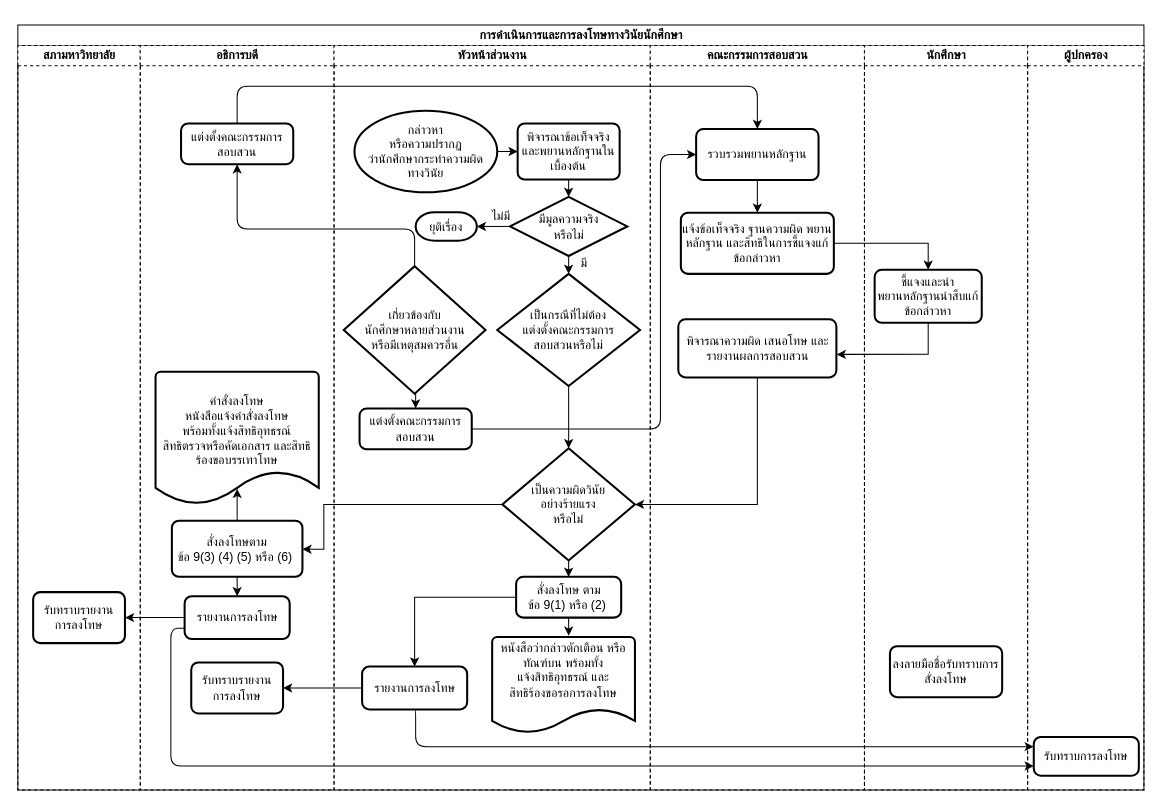
The draw.io diagram Untitled Diagram.drawio in ninjacharlee/test, before the edit. Source tidied: cells renumbered, new cells numbered last; positions are measured from the earlier drawing's top-left corner, leaving out a move shared by most shapes. Both pictures are drawn from the tidied source at 102%, with x=0, y=0 at pixel (17, 24).
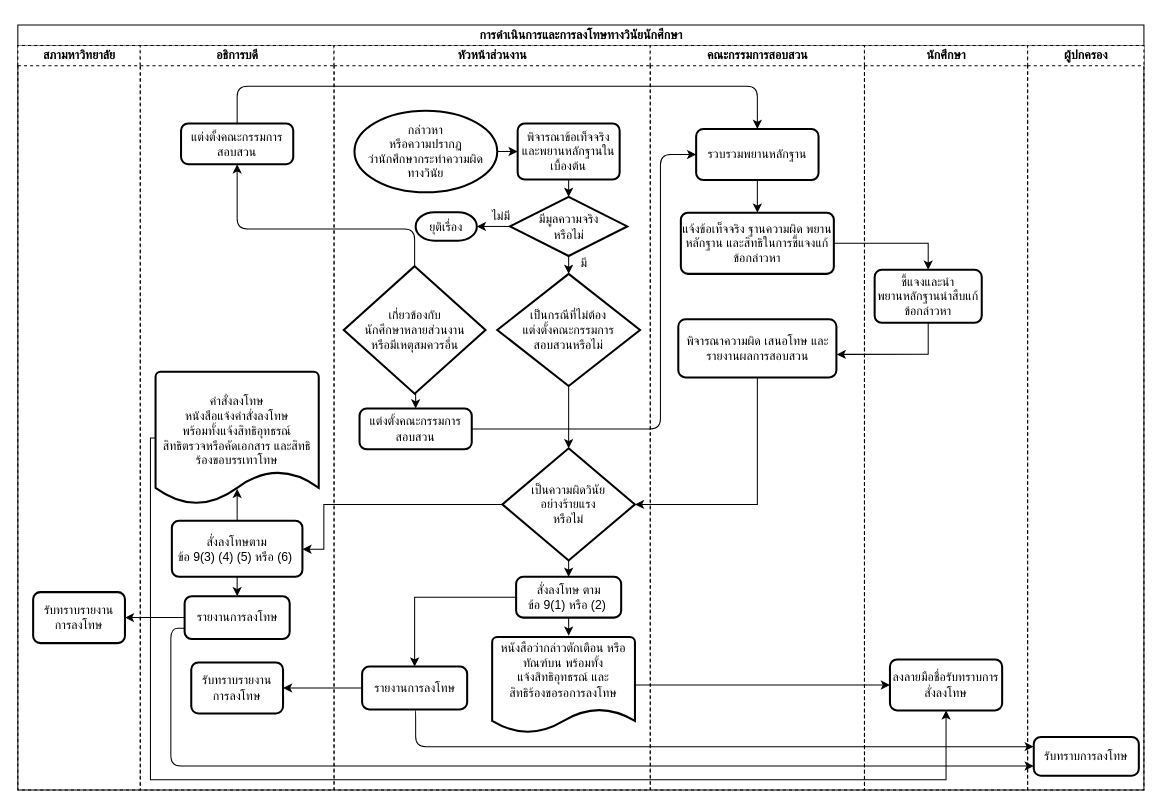
The same diagram, later.

Unchanged cells that the change refers to:
```xml
<mxCell id="2" value="&lt;h2&gt;การดำเนินการและการลงโทษทางวินัยนักศึกษา&lt;/h2&gt;" style="swimlane;html=1;startSize=20;rounded=0;shadow=0;labelBackgroundColor=none;strokeColor=#000000;strokeWidth=1;fillColor=#ffffff;fontFamily=Verdana;fontSize=8;fontColor=#000000;align=center;" parent="1" vertex="1">
  <mxGeometry width="1104" height="750" as="geometry" />
</mxCell>
<mxCell id="9" value="คำสั่งลงโทษ&lt;br&gt;หนังสือแจ้งคำสั่งลงโทษ&lt;br&gt;พร้อมทั้งแจ้งสิทธิอุทธรณ์ &lt;br&gt;สิทธิตรวจหรือคัดเอกสาร และสิทธิร้องขอบรรเทาโทษ&lt;br&gt;&lt;br&gt;" style="strokeWidth=2;html=1;shape=mxgraph.flowchart.document2;whiteSpace=wrap;size=0.25;" parent="5" vertex="1">
  <mxGeometry x="15" y="320" width="160" height="130" as="geometry" />
</mxCell>
<mxCell id="31" value="หนังสือว่ากล่าวตักเตือน หรือทัณฑ์บน พร้อมทั้ง&lt;br&gt;แจ้งสิทธิอุทธรณ์ และ&lt;br&gt;สิทธิร้องขอรอการลงโทษ&lt;br&gt;&lt;br&gt;&lt;br&gt;" style="strokeWidth=2;html=1;shape=mxgraph.flowchart.document2;whiteSpace=wrap;size=0.25;rounded=0;shadow=0;glass=0;comic=0;gradientColor=none;" parent="13" vertex="1">
  <mxGeometry x="155" y="580" width="140" height="94" as="geometry" />
</mxCell>
<mxCell id="41" value="นักศึกษา" style="swimlane;html=1;startSize=20;dashed=1;" parent="2" vertex="1">
  <mxGeometry x="830" y="20" width="160" height="730" as="geometry" />
</mxCell>
```

Diff of the diagram source:
```diff
@@
     <mxCell id="43" value="ลงลายมือชื่อรับทราบการสั่งลงโทษ" style="rounded=1;whiteSpace=wrap;html=1;absoluteArcSize=1;arcSize=14;strokeWidth=2;shadow=0;glass=0;comic=0;gradientColor=none;" parent="41" vertex="1">
-      <mxGeometry x="25" y="589" width="110" height="50" as="geometry" />
+      <mxGeometry x="25" y="602" width="110" height="50" as="geometry" />
     </mxCell>
@@
+    <mxCell id="57" style="edgeStyle=orthogonalEdgeStyle;rounded=0;jettySize=auto;html=1;entryX=0.5;entryY=1;entryDx=0;entryDy=0;" parent="2" edge="1" source="9" target="43">
+      <mxGeometry relative="1" as="geometry">
+        <Array as="points">
+          <mxPoint x="130" y="405" />
+          <mxPoint x="130" y="740" />
+          <mxPoint x="910" y="740" />
+        </Array>
+      </mxGeometry>
+    </mxCell>
+    <mxCell id="58" style="edgeStyle=orthogonalEdgeStyle;rounded=0;jettySize=auto;html=1;entryX=0;entryY=0.5;entryDx=0;entryDy=0;" parent="2" edge="1" source="31" target="43">
+      <mxGeometry relative="1" as="geometry" />
+    </mxCell>
```
